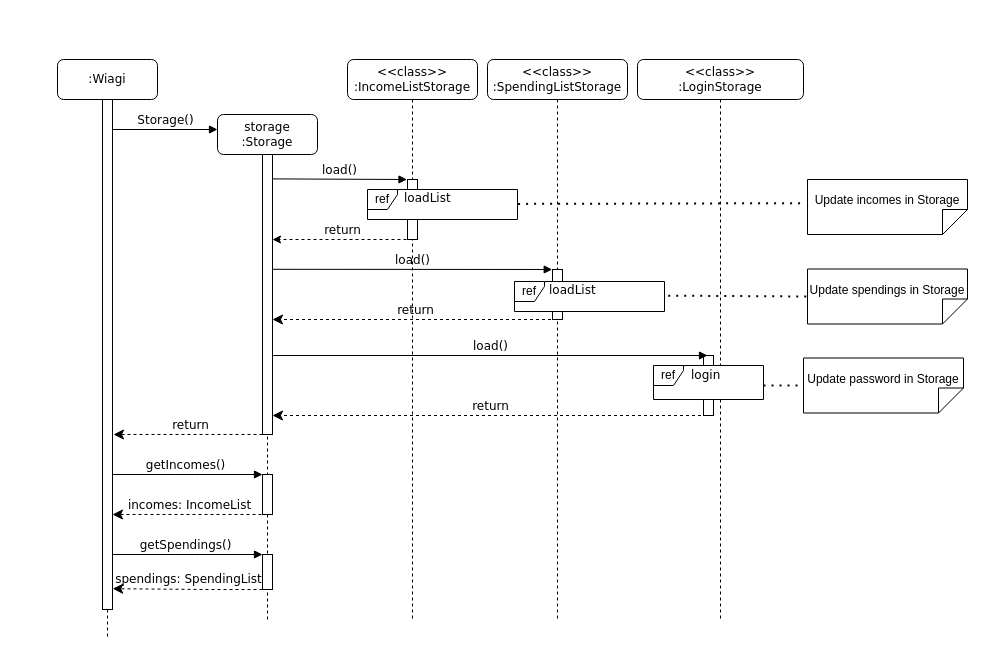
Before: page "load" (1 of 4) of docs/Diagrams/Storage/storage.drawio in wongwh2002/CS2113TeamProject, a draw.io diagram. Source tidied: cells renumbered, new cells numbered last; positions are measured from the earlier drawing's top-left corner, leaving out a move shared by most shapes. Both pictures are drawn from the tidied source at 100%, with x=0, y=0 at pixel (57, 59).
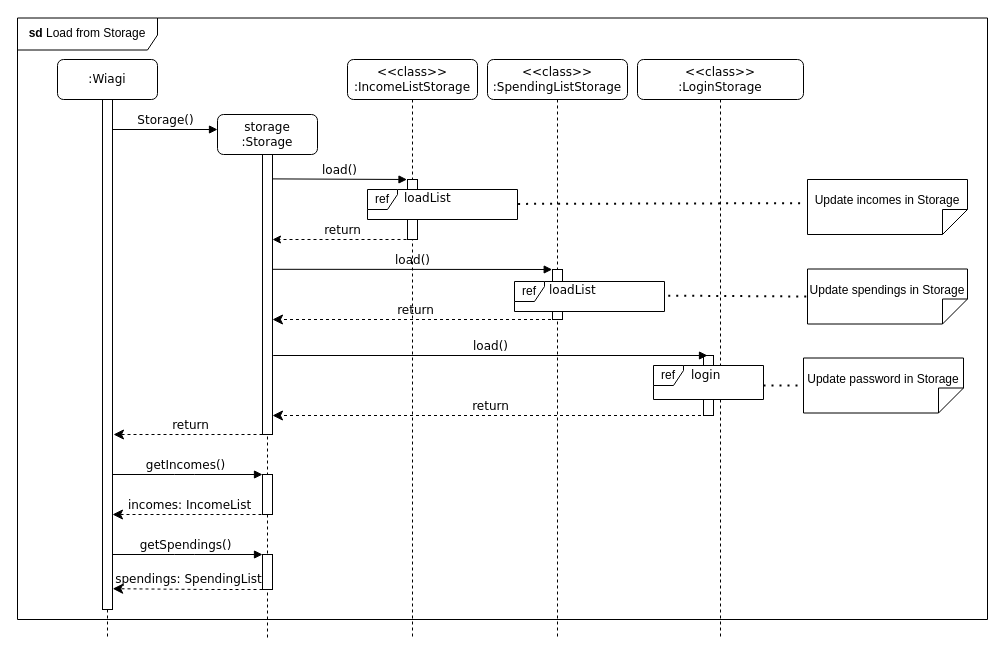
The same diagram, later.

Diff of the diagram source:
```diff
@@
     <mxCell id="2" value="&lt;div&gt;storage&lt;/div&gt;:Storage" style="shape=umlLifeline;perimeter=lifelinePerimeter;whiteSpace=wrap;html=1;rounded=1;shadow=0;comic=0;labelBackgroundColor=none;strokeWidth=1;fontFamily=Verdana;fontSize=12;align=center;" parent="1" vertex="1">
-      <mxGeometry x="160" y="55" width="100" height="505" as="geometry" />
+      <mxGeometry x="160" y="55" width="100" height="525" as="geometry" />
     </mxCell>
@@
     <mxCell id="12" value="&amp;lt;&amp;lt;class&amp;gt;&amp;gt;&lt;br&gt;:IncomeListStorage" style="shape=umlLifeline;perimeter=lifelinePerimeter;whiteSpace=wrap;html=1;rounded=1;shadow=0;comic=0;labelBackgroundColor=none;strokeWidth=1;fontFamily=Verdana;fontSize=12;align=center;" parent="1" vertex="1">
-      <mxGeometry x="290" width="130" height="560" as="geometry" />
+      <mxGeometry x="290" width="130" height="580" as="geometry" />
     </mxCell>
@@
     <mxCell id="20" value="&amp;lt;&amp;lt;class&amp;gt;&amp;gt;&lt;br&gt;:SpendingListStorage" style="shape=umlLifeline;perimeter=lifelinePerimeter;whiteSpace=wrap;html=1;rounded=1;shadow=0;comic=0;labelBackgroundColor=none;strokeWidth=1;fontFamily=Verdana;fontSize=12;align=center;" parent="1" vertex="1">
-      <mxGeometry x="430" width="140" height="560" as="geometry" />
+      <mxGeometry x="430" width="140" height="580" as="geometry" />
     </mxCell>
@@
     <mxCell id="24" value="&amp;lt;&amp;lt;class&amp;gt;&amp;gt;&lt;br&gt;:LoginStorage" style="shape=umlLifeline;perimeter=lifelinePerimeter;whiteSpace=wrap;html=1;rounded=1;shadow=0;comic=0;labelBackgroundColor=none;strokeWidth=1;fontFamily=Verdana;fontSize=12;align=center;" parent="1" vertex="1">
-      <mxGeometry x="580" width="166" height="560" as="geometry" />
+      <mxGeometry x="580" width="166" height="580" as="geometry" />
     </mxCell>
@@
+    <mxCell id="39" value="&lt;b&gt;sd&lt;/b&gt; Load from Storage" style="shape=umlFrame;whiteSpace=wrap;html=1;width=140;height=32;" parent="1" vertex="1">
+      <mxGeometry x="-40" y="-41.5" width="970" height="601.5" as="geometry" />
+    </mxCell>
```
